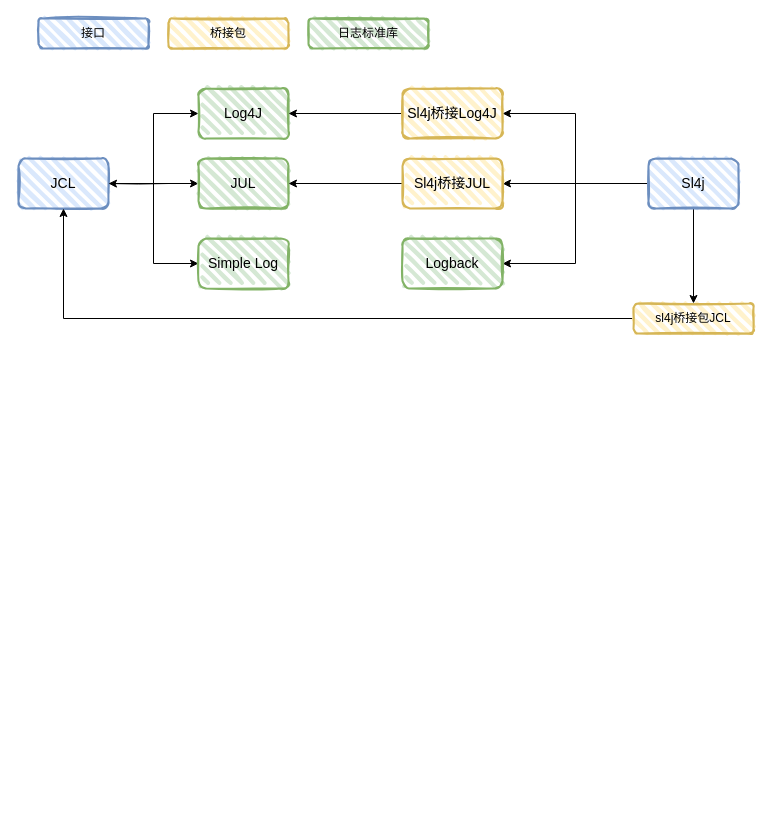
HelloChandler/Hello-World keeps this draw.io diagram as Untitled Diagram.drawio. Above is the earlier version. Source tidied: cells renumbered, new cells numbered last; positions are measured from the earlier drawing's top-left corner, leaving out a move shared by most shapes. Both pictures are drawn from the tidied source at 100%, with x=0, y=0 at pixel (18, 18).
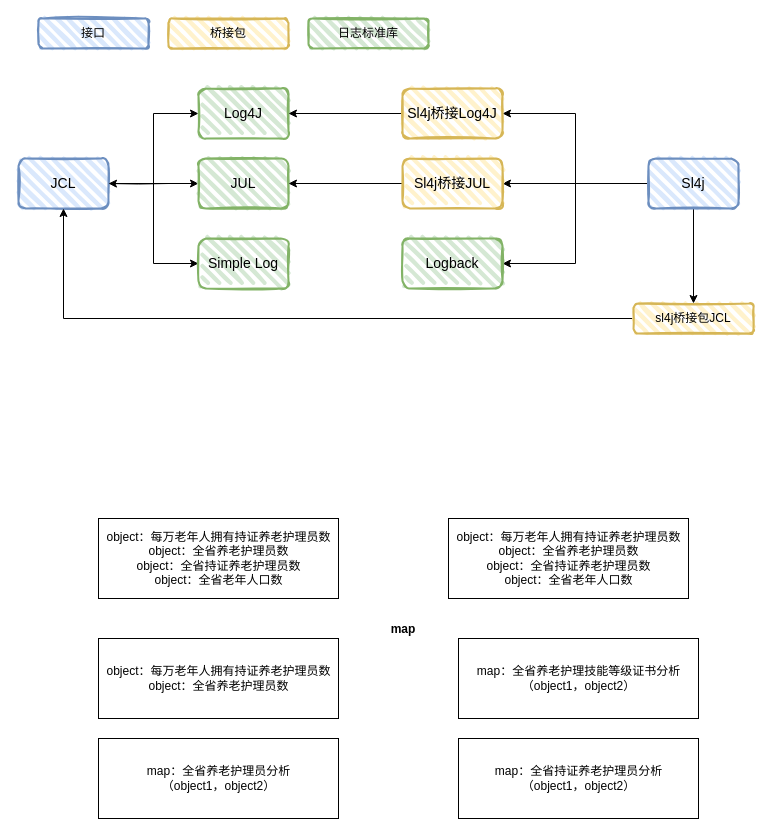
After the change.

What changed in the source:
```diff
@@
+    <mxCell id="25" value="map" style="text;align=center;fontStyle=1;verticalAlign=middle;spacingLeft=3;spacingRight=3;strokeColor=none;" parent="1" vertex="1">
+      <mxGeometry x="60" y="440" width="650" height="340" as="geometry" />
+    </mxCell>
@@
+    <mxCell id="26" value="object：每万老年人拥有持证养老护理员数&lt;br&gt;object：全省养老护理员数&lt;br&gt;object：全省持证养老护理员数&lt;br&gt;object：全省老年人口数" style="html=1;" parent="1" vertex="1">
+      <mxGeometry x="80" y="500" width="240" height="80" as="geometry" />
+    </mxCell>
+    <mxCell id="27" value="object：每万老年人拥有持证养老护理员数&lt;br&gt;object：全省养老护理员数" style="html=1;" parent="1" vertex="1">
+      <mxGeometry x="80" y="620" width="240" height="80" as="geometry" />
+    </mxCell>
+    <mxCell id="28" value="map：全省养老护理技能等级证书分析&lt;br&gt;（object1，object2）" style="html=1;" parent="1" vertex="1">
+      <mxGeometry x="440" y="620" width="240" height="80" as="geometry" />
+    </mxCell>
+    <mxCell id="29" value="object：每万老年人拥有持证养老护理员数&lt;br&gt;object：全省养老护理员数&lt;br&gt;object：全省持证养老护理员数&lt;br&gt;object：全省老年人口数" style="html=1;" parent="1" vertex="1">
+      <mxGeometry x="430" y="500" width="240" height="80" as="geometry" />
+    </mxCell>
+    <mxCell id="30" value="map：全省养老护理员分析&lt;br&gt;（object1，object2）" style="html=1;" parent="1" vertex="1">
+      <mxGeometry x="80" y="720" width="240" height="80" as="geometry" />
+    </mxCell>
+    <mxCell id="31" value="map：全省持证养老护理员分析&lt;br&gt;（object1，object2）" style="html=1;" parent="1" vertex="1">
+      <mxGeometry x="440" y="720" width="240" height="80" as="geometry" />
+    </mxCell>
```
